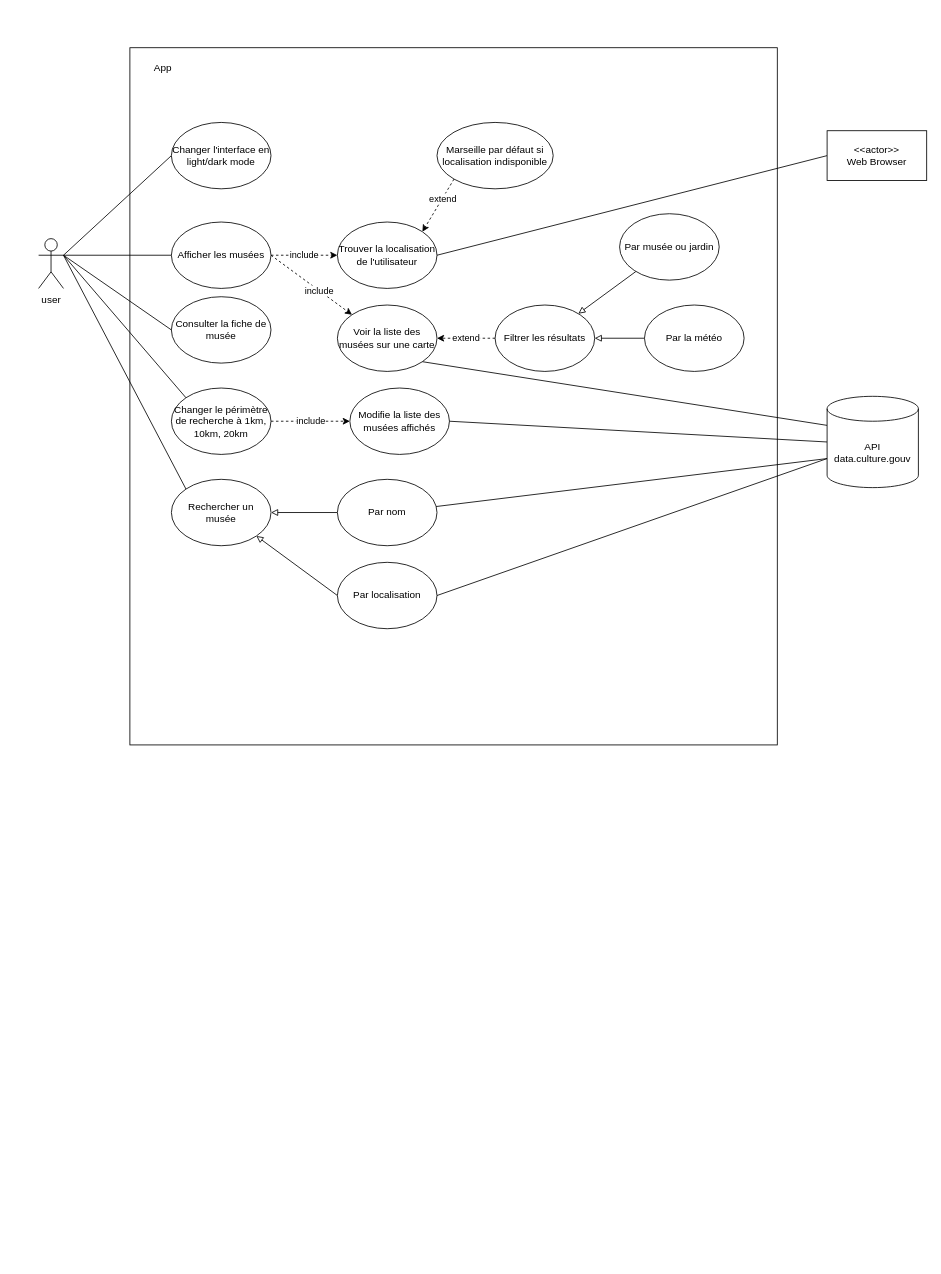
Earlier version of the draw.io diagram use_case.drawio (vamos91/2023-05-JS-AIX-P2). Source tidied: cells renumbered, new cells numbered last; positions are measured from the earlier drawing's top-left corner, leaving out a move shared by most shapes. Both pictures are drawn from the tidied source at 83%, with x=0, y=0 at pixel (38, 47).
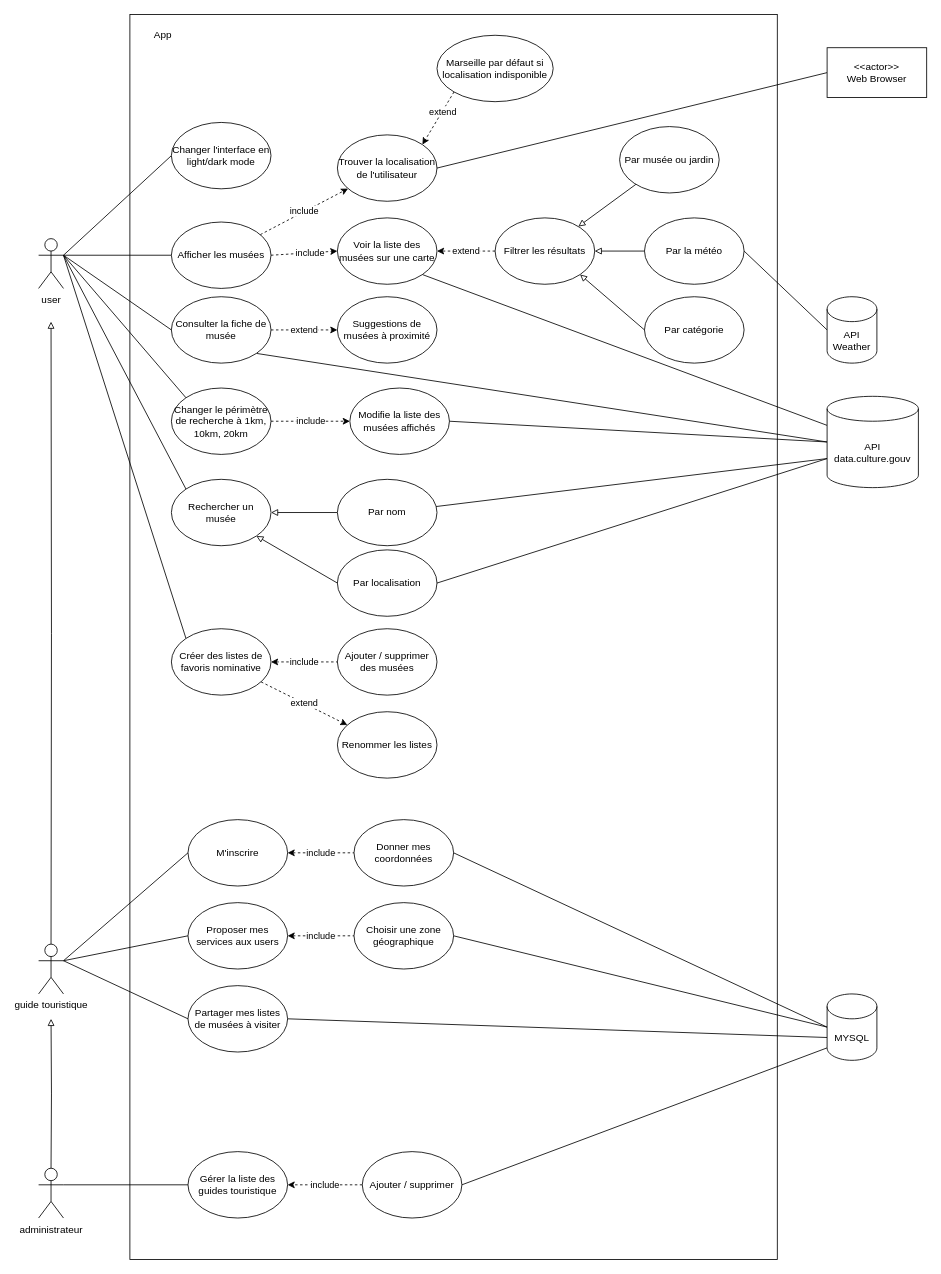
After the change.

Unchanged cells that the change refers to:
```xml
<mxCell id="8" value="user" style="shape=umlActor;verticalLabelPosition=bottom;verticalAlign=top;html=1;outlineConnect=0;" parent="1" vertex="1">
  <mxGeometry y="230" width="30" height="60" as="geometry" />
</mxCell>
<mxCell id="13" value="Afficher les musées" style="ellipse;whiteSpace=wrap;html=1;" parent="1" vertex="1">
  <mxGeometry x="160" y="210" width="120" height="80" as="geometry" />
</mxCell>
<mxCell id="18" value="Consulter la fiche de musée" style="ellipse;whiteSpace=wrap;html=1;" parent="1" vertex="1">
  <mxGeometry x="160" y="300" width="120" height="80" as="geometry" />
</mxCell>
<mxCell id="39" value="API&lt;br&gt;data.culture.gouv" style="shape=cylinder3;whiteSpace=wrap;html=1;boundedLbl=1;backgroundOutline=1;size=15;" parent="1" vertex="1">
  <mxGeometry x="950" y="420" width="110" height="110" as="geometry" />
</mxCell>
```

Diff of the diagram source:
```diff
@@
     <mxCell id="2" style="rounded=0;whiteSpace=wrap;html=1;" parent="1" vertex="1">
-      <mxGeometry x="110" width="780" height="840" as="geometry" />
+      <mxGeometry x="110" y="-40" width="780" height="1500" as="geometry" />
     </mxCell>
@@
+    <mxCell id="42" style="rounded=0;jettySize=auto;html=1;exitX=1;exitY=0.3333333333333333;exitDx=0;exitDy=0;exitPerimeter=0;entryX=0;entryY=0;entryDx=0;entryDy=0;endArrow=none;endFill=0;" parent="1" edge="1" source="8" target="48">
+      <mxGeometry relative="1" as="geometry" />
+    </mxCell>
+    <mxCell id="43" style="edgeStyle=orthogonalEdgeStyle;rounded=0;jettySize=auto;html=1;endArrow=none;endFill=0;startArrow=block;startFill=0;" parent="1" edge="1" target="60">
+      <mxGeometry relative="1" as="geometry">
+        <mxPoint x="15" y="330" as="sourcePoint" />
+      </mxGeometry>
+    </mxCell>
@@
     <mxCell id="9" value="App" style="text;html=1;strokeColor=none;fillColor=none;align=center;verticalAlign=middle;whiteSpace=wrap;rounded=0;" parent="1" vertex="1">
-      <mxGeometry x="120" y="10" width="60" height="30" as="geometry" />
+      <mxGeometry x="120" y="-30" width="60" height="30" as="geometry" />
     </mxCell>
-    <mxCell id="10" value="include" style="edgeStyle=orthogonalEdgeStyle;rounded=0;jettySize=auto;html=1;dashed=1;" parent="1" edge="1" source="13" target="14">
+    <mxCell id="10" value="include" style="rounded=0;jettySize=auto;html=1;dashed=1;" parent="1" edge="1" source="13" target="14">
       <mxGeometry relative="1" as="geometry" />
     </mxCell>
-    <mxCell id="11" style="rounded=0;jettySize=auto;html=1;exitX=1;exitY=0.5;exitDx=0;exitDy=0;entryX=0;entryY=0;entryDx=0;entryDy=0;dashed=1;" parent="1" edge="1" source="13" target="19">
+    <mxCell id="11" style="rounded=0;jettySize=auto;html=1;exitX=1;exitY=0.5;exitDx=0;exitDy=0;entryX=0;entryY=0.5;entryDx=0;entryDy=0;dashed=1;" parent="1" edge="1" source="13" target="19">
       <mxGeometry relative="1" as="geometry" />
     </mxCell>
@@
     <mxCell id="14" value="Trouver la localisation de l'utilisateur" style="ellipse;whiteSpace=wrap;html=1;" parent="1" vertex="1">
-      <mxGeometry x="360" y="210" width="120" height="80" as="geometry" />
+      <mxGeometry x="360" y="105" width="120" height="80" as="geometry" />
     </mxCell>
@@
     <mxCell id="17" value="Marseille par défaut si localisation indisponible" style="ellipse;whiteSpace=wrap;html=1;" parent="1" vertex="1">
-      <mxGeometry x="480" y="90" width="140" height="80" as="geometry" />
+      <mxGeometry x="480" y="-15" width="140" height="80" as="geometry" />
     </mxCell>
+    <mxCell id="44" style="rounded=0;jettySize=auto;html=1;exitX=1;exitY=1;exitDx=0;exitDy=0;entryX=0;entryY=0.5;entryDx=0;entryDy=0;entryPerimeter=0;endArrow=none;endFill=0;" parent="1" edge="1" source="18" target="39">
+      <mxGeometry relative="1" as="geometry" />
+    </mxCell>
+    <mxCell id="45" value="extend" style="edgeStyle=orthogonalEdgeStyle;rounded=0;jettySize=auto;html=1;dashed=1;" parent="1" edge="1" source="18" target="53">
+      <mxGeometry relative="1" as="geometry" />
+    </mxCell>
@@
     <mxCell id="19" value="Voir la liste des musées sur une carte" style="ellipse;whiteSpace=wrap;html=1;" parent="1" vertex="1">
-      <mxGeometry x="360" y="310" width="120" height="80" as="geometry" />
+      <mxGeometry x="360" y="205" width="120" height="80" as="geometry" />
     </mxCell>
@@
     <mxCell id="27" value="Par localisation" style="ellipse;whiteSpace=wrap;html=1;" parent="1" vertex="1">
-      <mxGeometry x="360" y="620" width="120" height="80" as="geometry" />
+      <mxGeometry x="360" y="605" width="120" height="80" as="geometry" />
     </mxCell>
@@
     <mxCell id="32" value="Filtrer les résultats" style="ellipse;whiteSpace=wrap;html=1;" parent="1" vertex="1">
-      <mxGeometry x="550" y="310" width="120" height="80" as="geometry" />
+      <mxGeometry x="550" y="205" width="120" height="80" as="geometry" />
     </mxCell>
     <mxCell id="33" value="Par musée ou jardin" style="ellipse;whiteSpace=wrap;html=1;" parent="1" vertex="1">
-      <mxGeometry x="700" y="200" width="120" height="80" as="geometry" />
+      <mxGeometry x="700" y="95" width="120" height="80" as="geometry" />
     </mxCell>
     <mxCell id="34" value="Par la météo" style="ellipse;whiteSpace=wrap;html=1;" parent="1" vertex="1">
-      <mxGeometry x="730" y="310" width="120" height="80" as="geometry" />
+      <mxGeometry x="730" y="205" width="120" height="80" as="geometry" />
     </mxCell>
@@
     <mxCell id="41" value="&amp;lt;&amp;lt;actor&amp;gt;&amp;gt;&lt;br&gt;Web Browser" style="rounded=0;whiteSpace=wrap;html=1;" parent="1" vertex="1">
-      <mxGeometry x="950" y="100" width="120" height="60" as="geometry" />
+      <mxGeometry x="950" width="120" height="60" as="geometry" />
     </mxCell>
+    <mxCell id="46" value="include" style="edgeStyle=orthogonalEdgeStyle;rounded=0;jettySize=auto;html=1;startArrow=classic;startFill=1;endArrow=none;endFill=0;dashed=1;" parent="1" edge="1" source="48" target="49">
+      <mxGeometry relative="1" as="geometry" />
+    </mxCell>
+    <mxCell id="47" value="extend" style="rounded=0;jettySize=auto;html=1;dashed=1;" parent="1" edge="1" source="48" target="50">
+      <mxGeometry relative="1" as="geometry" />
+    </mxCell>
+    <mxCell id="48" value="Créer des listes de favoris nominative" style="ellipse;whiteSpace=wrap;html=1;" parent="1" vertex="1">
+      <mxGeometry x="160" y="700" width="120" height="80" as="geometry" />
+    </mxCell>
+    <mxCell id="49" value="Ajouter / supprimer des musées" style="ellipse;whiteSpace=wrap;html=1;" parent="1" vertex="1">
+      <mxGeometry x="360" y="700" width="120" height="80" as="geometry" />
+    </mxCell>
+    <mxCell id="50" value="Renommer les listes" style="ellipse;whiteSpace=wrap;html=1;" parent="1" vertex="1">
+      <mxGeometry x="360" y="800" width="120" height="80" as="geometry" />
+    </mxCell>
+    <mxCell id="51" style="rounded=0;jettySize=auto;html=1;exitX=0;exitY=0.5;exitDx=0;exitDy=0;exitPerimeter=0;entryX=1;entryY=0.5;entryDx=0;entryDy=0;endArrow=none;endFill=0;" parent="1" edge="1" source="52" target="34">
+      <mxGeometry relative="1" as="geometry" />
+    </mxCell>
+    <mxCell id="52" value="API&lt;br&gt;Weather" style="shape=cylinder3;whiteSpace=wrap;html=1;boundedLbl=1;backgroundOutline=1;size=15;" parent="1" vertex="1">
+      <mxGeometry x="950" y="300" width="60" height="80" as="geometry" />
+    </mxCell>
+    <mxCell id="53" value="Suggestions de musées à proximité" style="ellipse;whiteSpace=wrap;html=1;" parent="1" vertex="1">
+      <mxGeometry x="360" y="300" width="120" height="80" as="geometry" />
+    </mxCell>
+    <mxCell id="54" style="rounded=0;jettySize=auto;html=1;exitX=0;exitY=0.5;exitDx=0;exitDy=0;entryX=1;entryY=1;entryDx=0;entryDy=0;endArrow=block;endFill=0;" parent="1" edge="1" source="55" target="32">
+      <mxGeometry relative="1" as="geometry" />
+    </mxCell>
+    <mxCell id="55" value="Par catégorie" style="ellipse;whiteSpace=wrap;html=1;" parent="1" vertex="1">
+      <mxGeometry x="730" y="300" width="120" height="80" as="geometry" />
+    </mxCell>
+    <mxCell id="56" style="rounded=0;jettySize=auto;html=1;exitX=1;exitY=0.3333333333333333;exitDx=0;exitDy=0;exitPerimeter=0;entryX=0;entryY=0.5;entryDx=0;entryDy=0;endArrow=none;endFill=0;" parent="1" edge="1" source="60" target="62">
+      <mxGeometry relative="1" as="geometry" />
+    </mxCell>
+    <mxCell id="57" style="rounded=0;jettySize=auto;html=1;exitX=1;exitY=0.3333333333333333;exitDx=0;exitDy=0;exitPerimeter=0;entryX=0;entryY=0.5;entryDx=0;entryDy=0;endArrow=none;endFill=0;" parent="1" edge="1" source="60" target="66">
+      <mxGeometry relative="1" as="geometry" />
+    </mxCell>
+    <mxCell id="58" style="rounded=0;jettySize=auto;html=1;exitX=1;exitY=0.3333333333333333;exitDx=0;exitDy=0;exitPerimeter=0;entryX=0;entryY=0.5;entryDx=0;entryDy=0;endArrow=none;endFill=0;" parent="1" edge="1" source="60" target="70">
+      <mxGeometry relative="1" as="geometry" />
+    </mxCell>
+    <mxCell id="59" style="edgeStyle=orthogonalEdgeStyle;rounded=0;jettySize=auto;html=1;endArrow=none;endFill=0;startArrow=block;startFill=0;" parent="1" edge="1" target="72">
+      <mxGeometry relative="1" as="geometry">
+        <mxPoint x="15" y="1170" as="sourcePoint" />
+      </mxGeometry>
+    </mxCell>
+    <mxCell id="60" value="guide touristique" style="shape=umlActor;verticalLabelPosition=bottom;verticalAlign=top;html=1;outlineConnect=0;" parent="1" vertex="1">
+      <mxGeometry y="1080" width="30" height="60" as="geometry" />
+    </mxCell>
+    <mxCell id="61" value="include" style="edgeStyle=orthogonalEdgeStyle;rounded=0;jettySize=auto;html=1;dashed=1;endArrow=none;endFill=0;startArrow=classic;startFill=1;" parent="1" edge="1" source="62" target="64">
+      <mxGeometry relative="1" as="geometry" />
+    </mxCell>
+    <mxCell id="62" value="M'inscrire" style="ellipse;whiteSpace=wrap;html=1;" parent="1" vertex="1">
+      <mxGeometry x="180" y="930" width="120" height="80" as="geometry" />
+    </mxCell>
+    <mxCell id="63" style="rounded=0;jettySize=auto;html=1;exitX=1;exitY=0.5;exitDx=0;exitDy=0;entryX=0;entryY=0.5;entryDx=0;entryDy=0;entryPerimeter=0;endArrow=none;endFill=0;" parent="1" edge="1" source="64" target="77">
+      <mxGeometry relative="1" as="geometry" />
+    </mxCell>
+    <mxCell id="64" value="Donner mes coordonnées" style="ellipse;whiteSpace=wrap;html=1;" parent="1" vertex="1">
+      <mxGeometry x="380" y="930" width="120" height="80" as="geometry" />
+    </mxCell>
+    <mxCell id="65" value="include" style="edgeStyle=orthogonalEdgeStyle;rounded=0;jettySize=auto;html=1;endArrow=none;endFill=0;startArrow=classic;startFill=1;dashed=1;" parent="1" edge="1" source="66" target="68">
+      <mxGeometry relative="1" as="geometry" />
+    </mxCell>
+    <mxCell id="66" value="Proposer mes services aux users" style="ellipse;whiteSpace=wrap;html=1;" parent="1" vertex="1">
+      <mxGeometry x="180" y="1030" width="120" height="80" as="geometry" />
+    </mxCell>
+    <mxCell id="67" style="rounded=0;jettySize=auto;html=1;exitX=1;exitY=0.5;exitDx=0;exitDy=0;entryX=0;entryY=0.5;entryDx=0;entryDy=0;entryPerimeter=0;endArrow=none;endFill=0;" parent="1" edge="1" source="68" target="77">
+      <mxGeometry relative="1" as="geometry" />
+    </mxCell>
+    <mxCell id="68" value="Choisir une zone géographique" style="ellipse;whiteSpace=wrap;html=1;" parent="1" vertex="1">
+      <mxGeometry x="380" y="1030" width="120" height="80" as="geometry" />
+    </mxCell>
+    <mxCell id="69" style="rounded=0;jettySize=auto;html=1;exitX=1;exitY=0.5;exitDx=0;exitDy=0;entryX=0;entryY=0;entryDx=0;entryDy=52.5;entryPerimeter=0;endArrow=none;endFill=0;" parent="1" edge="1" source="70" target="77">
+      <mxGeometry relative="1" as="geometry" />
+    </mxCell>
+    <mxCell id="70" value="Partager mes listes de musées à visiter" style="ellipse;whiteSpace=wrap;html=1;" parent="1" vertex="1">
+      <mxGeometry x="180" y="1130" width="120" height="80" as="geometry" />
+    </mxCell>
+    <mxCell id="71" style="rounded=0;jettySize=auto;html=1;exitX=1;exitY=0.3333333333333333;exitDx=0;exitDy=0;exitPerimeter=0;entryX=0;entryY=0.5;entryDx=0;entryDy=0;endArrow=none;endFill=0;" parent="1" edge="1" source="72" target="73">
+      <mxGeometry relative="1" as="geometry" />
+    </mxCell>
+    <mxCell id="72" value="administrateur" style="shape=umlActor;verticalLabelPosition=bottom;verticalAlign=top;html=1;outlineConnect=0;" parent="1" vertex="1">
+      <mxGeometry y="1350" width="30" height="60" as="geometry" />
+    </mxCell>
+    <mxCell id="73" value="Gérer la liste des guides touristique" style="ellipse;whiteSpace=wrap;html=1;" parent="1" vertex="1">
+      <mxGeometry x="180" y="1330" width="120" height="80" as="geometry" />
+    </mxCell>
+    <mxCell id="74" value="include" style="edgeStyle=orthogonalEdgeStyle;rounded=0;jettySize=auto;html=1;exitX=0;exitY=0.5;exitDx=0;exitDy=0;entryX=1;entryY=0.5;entryDx=0;entryDy=0;dashed=1;" parent="1" edge="1" source="76" target="73">
+      <mxGeometry relative="1" as="geometry" />
+    </mxCell>
+    <mxCell id="75" style="rounded=0;jettySize=auto;html=1;exitX=1;exitY=0.5;exitDx=0;exitDy=0;entryX=0;entryY=1;entryDx=0;entryDy=-15;entryPerimeter=0;endArrow=none;endFill=0;" parent="1" edge="1" source="76" target="77">
+      <mxGeometry relative="1" as="geometry" />
+    </mxCell>
+    <mxCell id="76" value="Ajouter / supprimer" style="ellipse;whiteSpace=wrap;html=1;" parent="1" vertex="1">
+      <mxGeometry x="390" y="1330" width="120" height="80" as="geometry" />
+    </mxCell>
+    <mxCell id="77" value="MYSQL" style="shape=cylinder3;whiteSpace=wrap;html=1;boundedLbl=1;backgroundOutline=1;size=15;" parent="1" vertex="1">
+      <mxGeometry x="950" y="1140" width="60" height="80" as="geometry" />
+    </mxCell>
```
